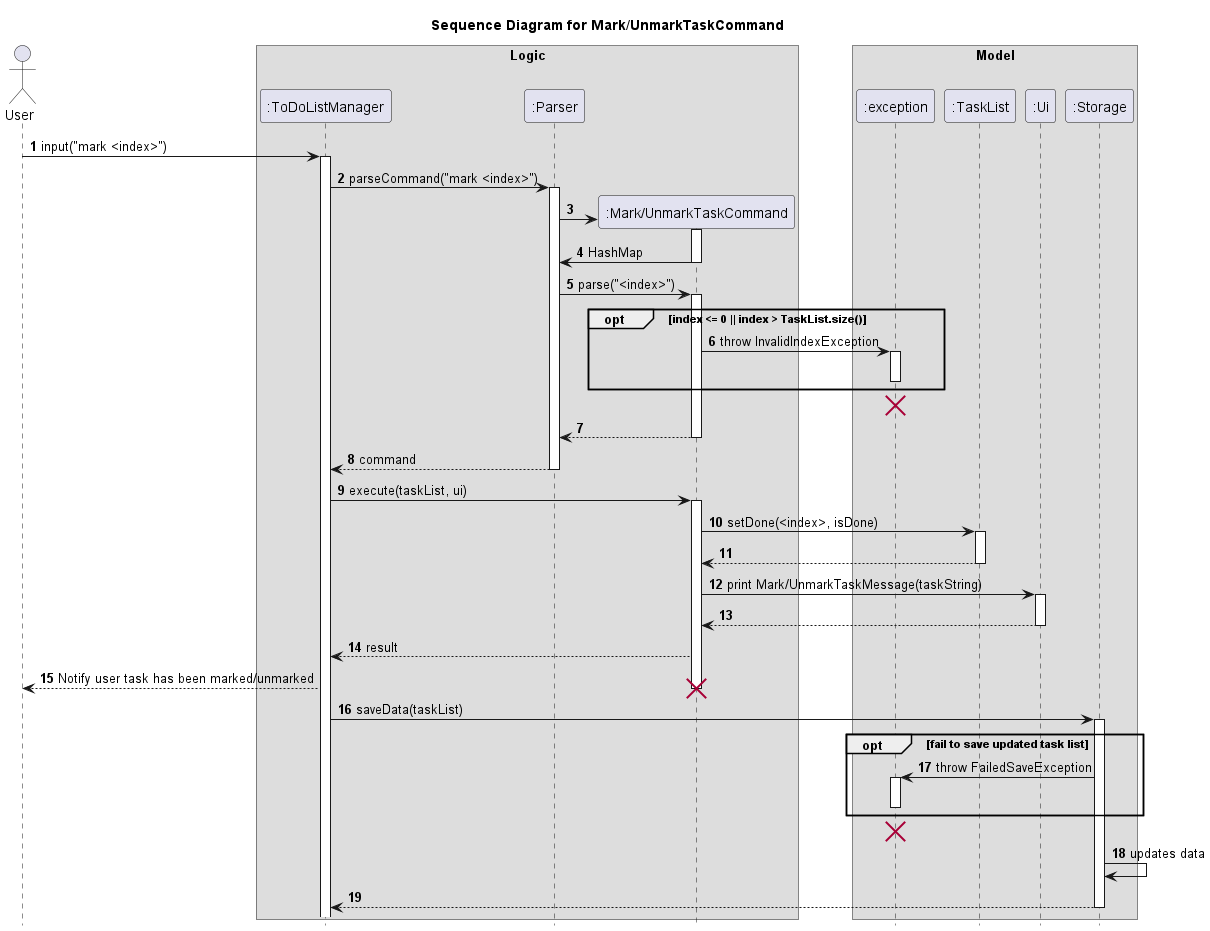
Before: docs/images/MarkorUnmarkTaskCommandSequence.png, a diagram exported from PlantUML (nus-cs2113-AY2223S2/tp).
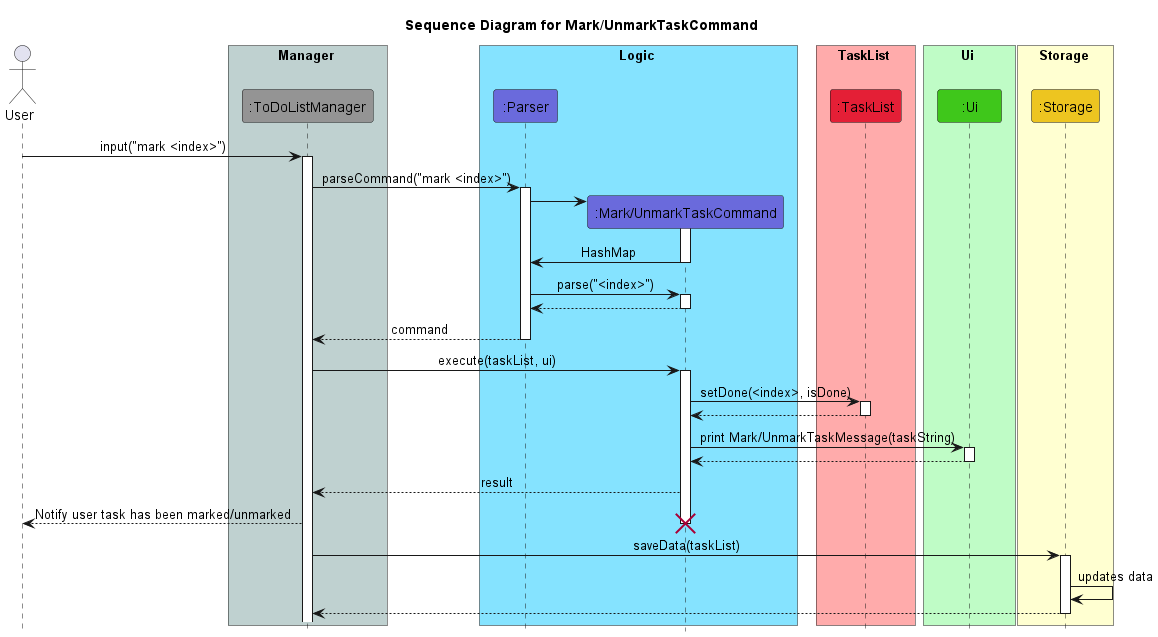
After the commit.

Change to the diagram source:
```diff
@@ -1,20 +1,29 @@
 @startuml
-autonumber
-hide footbox
+!include Style.puml
+
 title Sequence Diagram for Mark/UnmarkTaskCommand
 
 actor User
 
-box Logic
-participant ":ToDoListManager" as ToDoListManager
-participant ":Parser" as Parser
-participant ":Mark/UnmarkTaskCommand" as MarkTaskCommand
+box Manager COLOR_MAIN_LIGHT
+participant ":ToDoListManager" as ToDoListManager COLOR_MAIN
 end box
-box Model
-participant ":exception" as exception
-participant ":TaskList" as TaskList
-participant ":Ui" as Ui
-participant ":Storage" as Storage
+
+box Logic COLOR_LOGIC_LIGHT
+participant ":Parser" as Parser COLOR_LOGIC
+participant ":Mark/UnmarkTaskCommand" as MarkTaskCommand COLOR_LOGIC
+end box
+
+box TaskList COLOR_TASK_LIST_LIGHT
+participant ":TaskList" as TaskList COLOR_TASK_LIST
+end box
+
+box Ui COLOR_UI_LIGHT
+participant ":Ui" as Ui COLOR_UI
+end box
+
+box Storage COLOR_STORAGE_LIGHT
+participant ":Storage" as Storage COLOR_STORAGE
 end box
 
 User -> ToDoListManager: input("mark <index>")
@@ -28,12 +37,6 @@
 deactivate MarkTaskCommand
 Parser -> MarkTaskCommand : parse("<index>")
 activate MarkTaskCommand
-opt  index <= 0 || index > TaskList.size()
-   MarkTaskCommand -> exception : throw InvalidIndexException
-   activate exception
-   deactivate exception
-end
-destroy exception
 MarkTaskCommand --> Parser
 deactivate MarkTaskCommand
 Parser --> ToDoListManager : command
@@ -54,12 +57,6 @@
 destroy MarkTaskCommand
 ToDoListManager ->Storage : saveData(taskList)
 activate Storage
-opt  fail to save updated task list
-   Storage -> exception : throw FailedSaveException
-   activate exception
-   deactivate exception
-end
-destroy exception
 Storage -> Storage : updates data
 Storage --> ToDoListManager
 deactivate Storage
```
